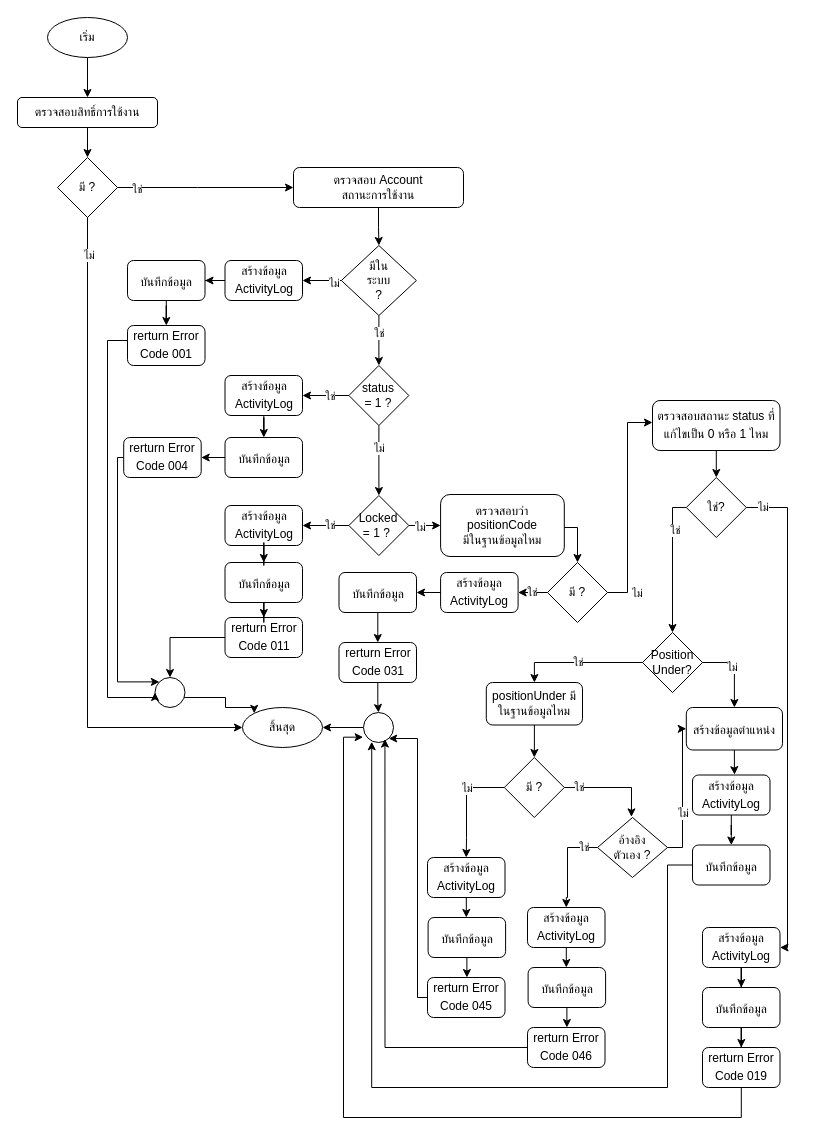
Earlier version of the draw.io diagram page "หน้า-4" (4 of 4) of Position.drawio (charifrodmanee/charifrodmanee). Source tidied: cells renumbered, new cells numbered last; positions are measured from the earlier drawing's top-left corner, leaving out a move shared by most shapes. Both pictures are drawn from the tidied source at 100%, with x=0, y=0 at pixel (17, 17).
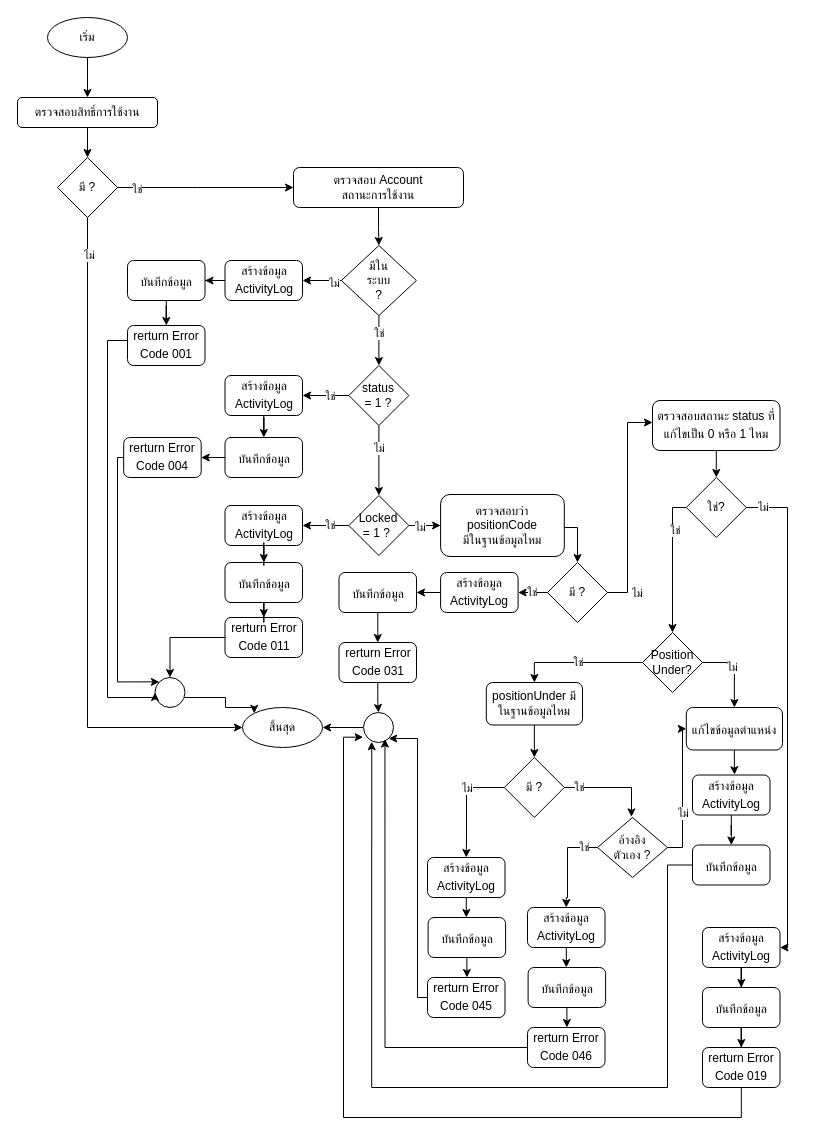
After the change.

Unchanged cells that the change refers to:
```xml
<mxCell id="92" style="group;" parent="1" vertex="1">
  <mxGeometry x="668.8" y="690" width="96.2" height="177.5" as="geometry" />
</mxCell>
```

Diff of the diagram source:
```diff
@@
-    <mxCell id="93" value="สร้างข้อมูลตำแหน่ง&lt;span style=&quot;font-size: medium; text-align: start;&quot;&gt;&lt;/span&gt;" style="rounded=1;whiteSpace=wrap;html=1;" parent="92" vertex="1">
+    <mxCell id="93" value="แก้ไขข้อมูลตำแหน่ง&lt;span style=&quot;font-size: medium; text-align: start;&quot;&gt;&lt;/span&gt;" style="rounded=1;whiteSpace=wrap;html=1;" parent="92" vertex="1">
       <mxGeometry width="96.2" height="42.5" as="geometry" />
     </mxCell>
```
